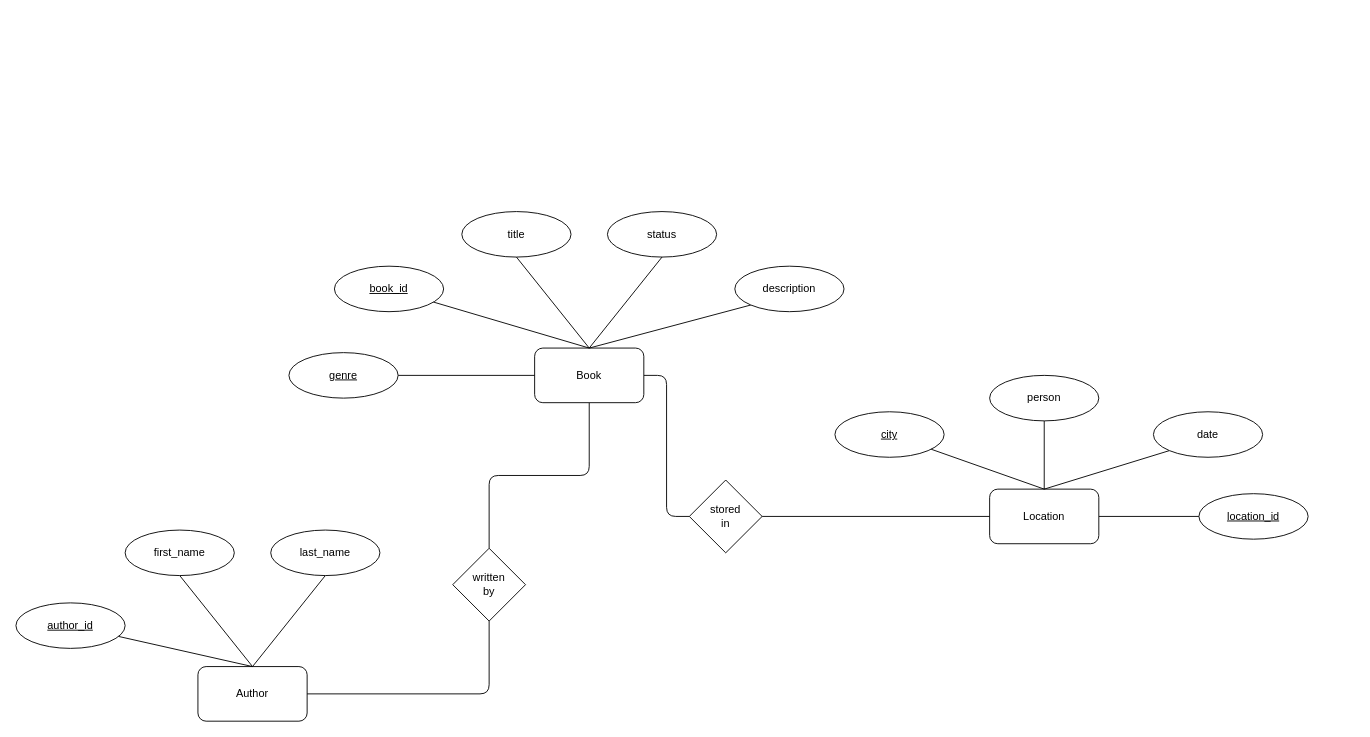
Sven-ja/DatabaseDevelopment-Day1 keeps this draw.io diagram as page "Entity-Relationship_Model" (2 of 3) of svenja/homelibrary.drawio. Above is the earlier version. Source tidied: cells renumbered, new cells numbered last; positions are measured from the earlier drawing's top-left corner, leaving out a move shared by most shapes. Both pictures are drawn from the tidied source at 91%, with x=0, y=0 at pixel (15, 211).
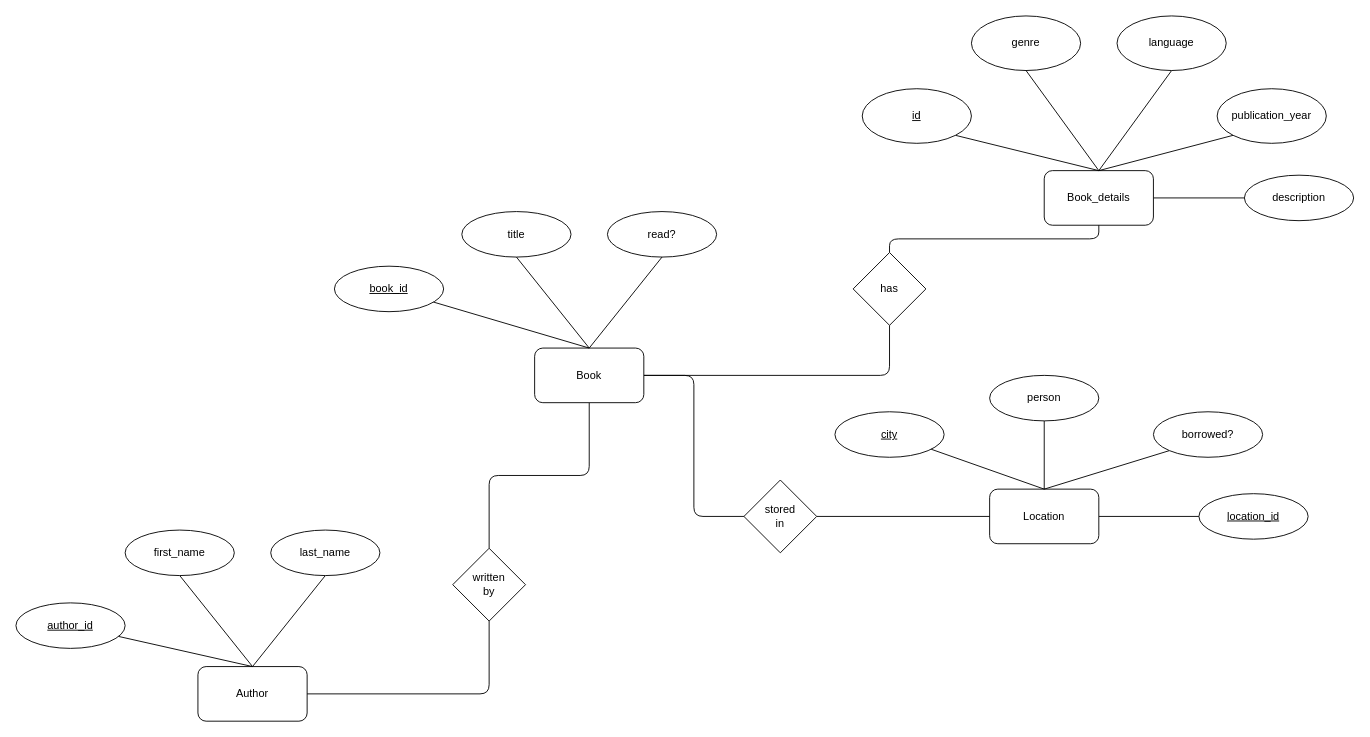
The same page after the edit.

The change refers to these unchanged cells:
```xml
<mxCell id="4" value="Book" style="rounded=1;whiteSpace=wrap;html=1;" parent="1" vertex="1">
  <mxGeometry x="570" y="150" width="120" height="60" as="geometry" />
</mxCell>
```

The edit, as a diff of the source:
```diff
@@
+    <mxCell id="35" style="edgeStyle=orthogonalEdgeStyle;html=1;exitX=1;exitY=0.5;exitDx=0;exitDy=0;entryX=0.5;entryY=1;entryDx=0;entryDy=0;endArrow=none;endFill=0;" parent="1" edge="1" source="4" target="45">
+      <mxGeometry relative="1" as="geometry" />
+    </mxCell>
@@
-    <mxCell id="6" style="edgeStyle=none;html=1;exitX=0;exitY=1;exitDx=0;exitDy=0;entryX=0.5;entryY=0;entryDx=0;entryDy=0;endArrow=none;endFill=0;" parent="1" edge="1" source="7" target="4">
+    <mxCell id="6" style="edgeStyle=none;html=1;exitX=0;exitY=0.5;exitDx=0;exitDy=0;entryX=1;entryY=0.5;entryDx=0;entryDy=0;endArrow=none;endFill=0;" parent="1" edge="1" source="7" target="36">
       <mxGeometry relative="1" as="geometry" />
     </mxCell>
     <mxCell id="7" value="description" style="ellipse;whiteSpace=wrap;html=1;" parent="1" vertex="1">
-      <mxGeometry x="790" y="60" width="120" height="50" as="geometry" />
+      <mxGeometry x="1350" y="-40" width="120" height="50" as="geometry" />
     </mxCell>
@@
-    <mxCell id="11" value="status" style="ellipse;whiteSpace=wrap;html=1;" parent="1" vertex="1">
+    <mxCell id="11" value="read?" style="ellipse;whiteSpace=wrap;html=1;" parent="1" vertex="1">
       <mxGeometry x="650" width="120" height="50" as="geometry" />
     </mxCell>
@@
-    <mxCell id="26" value="date" style="ellipse;whiteSpace=wrap;html=1;" parent="1" vertex="1">
+    <mxCell id="26" value="borrowed?" style="ellipse;whiteSpace=wrap;html=1;" parent="1" vertex="1">
       <mxGeometry x="1250" y="220" width="120" height="50" as="geometry" />
     </mxCell>
@@
-    <mxCell id="30" style="edgeStyle=orthogonalEdgeStyle;html=1;exitX=1;exitY=0.5;exitDx=0;exitDy=0;entryX=0;entryY=0.5;entryDx=0;entryDy=0;endArrow=none;endFill=0;" parent="1" edge="1" source="31" target="4">
-      <mxGeometry relative="1" as="geometry" />
-    </mxCell>
-    <mxCell id="31" value="&lt;u&gt;genre&lt;/u&gt;" style="ellipse;whiteSpace=wrap;html=1;" parent="1" vertex="1">
-      <mxGeometry x="300" y="155" width="120" height="50" as="geometry" />
-    </mxCell>
@@
     <mxCell id="33" value="stored&lt;br&gt;in" style="rhombus;whiteSpace=wrap;html=1;" parent="1" vertex="1">
-      <mxGeometry x="740" y="295" width="80" height="80" as="geometry" />
+      <mxGeometry x="800" y="295" width="80" height="80" as="geometry" />
     </mxCell>
@@
+    <mxCell id="36" value="Book_details" style="rounded=1;whiteSpace=wrap;html=1;" parent="1" vertex="1">
+      <mxGeometry x="1130" y="-45" width="120" height="60" as="geometry" />
+    </mxCell>
+    <mxCell id="37" style="edgeStyle=none;html=1;exitX=1;exitY=1;exitDx=0;exitDy=0;entryX=0.5;entryY=0;entryDx=0;entryDy=0;endArrow=none;endFill=0;" parent="1" edge="1" source="38" target="36">
+      <mxGeometry relative="1" as="geometry" />
+    </mxCell>
+    <mxCell id="38" value="&lt;u&gt;id&lt;/u&gt;" style="ellipse;whiteSpace=wrap;html=1;" parent="1" vertex="1">
+      <mxGeometry x="930" y="-135" width="120" height="60" as="geometry" />
+    </mxCell>
+    <mxCell id="39" style="edgeStyle=none;html=1;exitX=0.5;exitY=1;exitDx=0;exitDy=0;entryX=0.5;entryY=0;entryDx=0;entryDy=0;endArrow=none;endFill=0;" parent="1" edge="1" source="31" target="36">
+      <mxGeometry relative="1" as="geometry" />
+    </mxCell>
+    <mxCell id="31" value="genre" style="ellipse;whiteSpace=wrap;html=1;" parent="1" vertex="1">
+      <mxGeometry x="1050" y="-215" width="120" height="60" as="geometry" />
+    </mxCell>
+    <mxCell id="40" style="html=1;exitX=0.5;exitY=1;exitDx=0;exitDy=0;endArrow=none;endFill=0;" parent="1" edge="1" source="41">
+      <mxGeometry relative="1" as="geometry">
+        <mxPoint x="1190" y="-45" as="targetPoint" />
+      </mxGeometry>
+    </mxCell>
+    <mxCell id="41" value="language" style="ellipse;whiteSpace=wrap;html=1;" parent="1" vertex="1">
+      <mxGeometry x="1210" y="-215" width="120" height="60" as="geometry" />
+    </mxCell>
+    <mxCell id="42" style="edgeStyle=none;html=1;exitX=0;exitY=1;exitDx=0;exitDy=0;entryX=0.5;entryY=0;entryDx=0;entryDy=0;endArrow=none;endFill=0;" parent="1" edge="1" source="43" target="36">
+      <mxGeometry relative="1" as="geometry" />
+    </mxCell>
+    <mxCell id="43" value="publication_year" style="ellipse;whiteSpace=wrap;html=1;" parent="1" vertex="1">
+      <mxGeometry x="1320" y="-135" width="120" height="60" as="geometry" />
+    </mxCell>
+    <mxCell id="44" style="edgeStyle=orthogonalEdgeStyle;html=1;exitX=0.5;exitY=0;exitDx=0;exitDy=0;entryX=0.5;entryY=1;entryDx=0;entryDy=0;endArrow=none;endFill=0;" parent="1" edge="1" source="45" target="36">
+      <mxGeometry relative="1" as="geometry" />
+    </mxCell>
+    <mxCell id="45" value="has" style="rhombus;whiteSpace=wrap;html=1;" parent="1" vertex="1">
+      <mxGeometry x="920" y="45" width="80" height="80" as="geometry" />
+    </mxCell>
```
